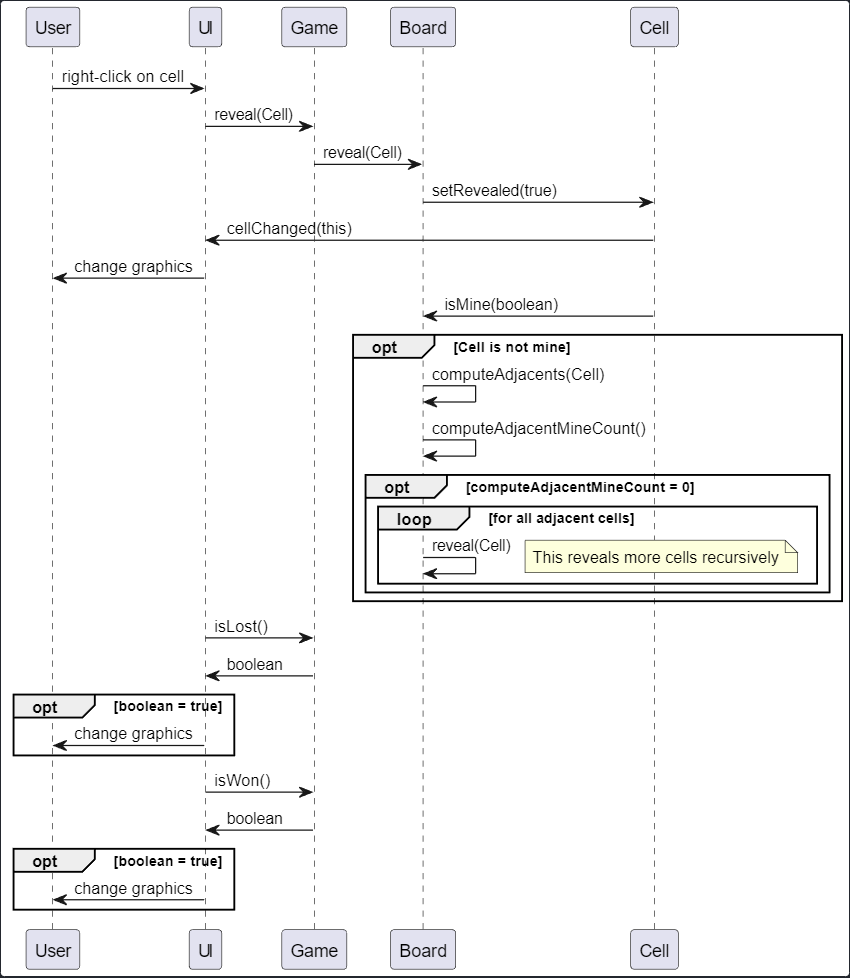
Before: seq_diagram.PNG, a diagram exported from PlantUML (petvat/TDT4100-prosjekt). Its source is kept beside it as seq_diagram.puml. Source of this version:
```plantuml
@startuml "Sequence diagram for right click on cell"

User -> UI : right-click on cell
UI -> Game : reveal(Cell)
Game -> Board : reveal(Cell)
    Board -> Cell : setRevealed(true)
    UI <- Cell : cellChanged(this)
    User <- UI : change graphics
        Board <- Cell : isMine(boolean)

    opt Cell is not mine
        Board -> Board : computeAdjacents(Cell)
        Board -> Board : computeAdjacentMineCount()
        opt computeAdjacentMineCount = 0
            loop for all adjacent cells
            Board -> Board : reveal(Cell)
            note right: This reveals more cells recursively
            end
        end
    end
UI -> Game : isLost()
UI <- Game : boolean
opt boolean = true
User <- UI : change graphics
end
UI -> Game : isWon()
UI <- Game : boolean
opt boolean = true
User <- UI : change graphics
end

@enduml
```
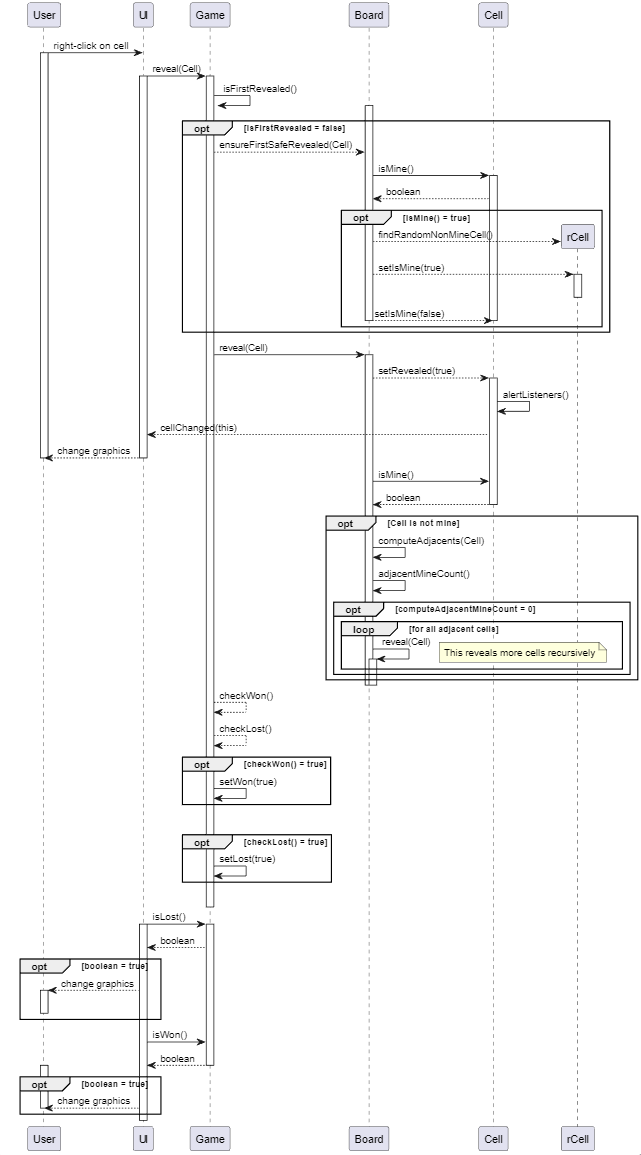
Later version of the same file.

Change to the diagram source:
```diff
@@ -1,32 +1,86 @@
 @startuml "Sequence diagram for right click on cell"
 
 User -> UI : right-click on cell
+activate User
 UI -> Game : reveal(Cell)
+activate UI
+activate Game
+
+Game -> Game : isFirstRevealed()
+opt isFirstRevealed = false
+    activate Board
+    Game --> Board : ensureFirstSafeRevealed(Cell)
+    Board -> Cell : isMine()
+        activate Cell
+    Board <-- Cell : boolean
+    opt isMine() = true
+        Board --> rCell ** : findRandomNonMineCell()
+        Board --> rCell : setIsMine(true)
+        activate rCell
+        deactivate rCell
+        Board --> Cell : setIsMine(false)
+        deactivate Cell
+        deactivate Board
+    end
+end
 Game -> Board : reveal(Cell)
-    Board -> Cell : setRevealed(true)
-    UI <- Cell : cellChanged(this)
-    User <- UI : change graphics
-        Board <- Cell : isMine(boolean)
+activate Board
+    Board --> Cell : setRevealed(true)
+        activate Cell
+    Cell -> Cell : alertListeners()
+    UI <-- Cell : cellChanged(this)
+    User <-- UI : change graphics
+    deactivate UI
+    deactivate User
+        Board -> Cell : isMine()
+        Board <-- Cell : boolean
+        deactivate Cell
 
     opt Cell is not mine
         Board -> Board : computeAdjacents(Cell)
-        Board -> Board : computeAdjacentMineCount()
+        Board -> Board : adjacentMineCount()
         opt computeAdjacentMineCount = 0
             loop for all adjacent cells
             Board -> Board : reveal(Cell)
+                activate Board
             note right: This reveals more cells recursively
             end
         end
     end
+    deactivate Board
+    deactivate Board
+
+    Game --> Game : checkWon()
+    Game --> Game : checkLost()
+    opt checkWon() = true
+        Game -> Game : setWon(true)
+    end
+    opt
+    opt checkLost() = true
+        Game -> Game : setLost(true)
+    end
+    opt
+
+deactivate Game
+
+
+
 UI -> Game : isLost()
-UI <- Game : boolean
+activate UI
+activate Game
+UI <-- Game : boolean
 opt boolean = true
-User <- UI : change graphics
+User <-- UI : change graphics
+activate User
+deactivate User
 end
 UI -> Game : isWon()
-UI <- Game : boolean
+UI <-- Game : boolean
 opt boolean = true
-User <- UI : change graphics
+deactivate Game
+activate User
+User <-- UI : change graphics
+deactivate User
 end
 
 @enduml
```
